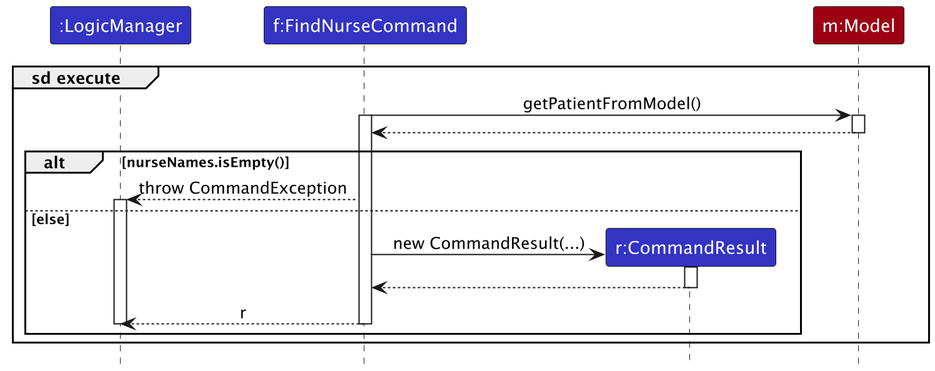
Before: docs/images/FindGenericDiagram.png, a diagram exported from PlantUML (chanjunlin/tp). Its source is kept beside it as docs/diagrams/FindGenericDiagram.puml. The source it was exported from:
```plantuml
@startuml
!include style.puml
skinparam ArrowFontStyle plain

participant ":LogicManager" as LogicManager LOGIC_COLOR
participant "f:FindNurseCommand" as FindNurseCommand LOGIC_COLOR
participant "r:CommandResult" as CommandResult LOGIC_COLOR

participant "m:Model" as Model MODEL_COLOR

group sd execute
    FindNurseCommand -> Model : getPatientFromModel()

    activate FindNurseCommand
    activate Model

    Model --> FindNurseCommand
    deactivate Model
    alt nurseNames.isEmpty()
        FindNurseCommand --> LogicManager : throw CommandException
        activate LogicManager

    else else
        create CommandResult
        FindNurseCommand -> CommandResult : new CommandResult(...)
        activate CommandResult
        CommandResult --> FindNurseCommand
        deactivate CommandResult
    FindNurseCommand --> LogicManager : r
    deactivate FindNurseCommand
    deactivate LogicManager
    end
end

@enduml
```
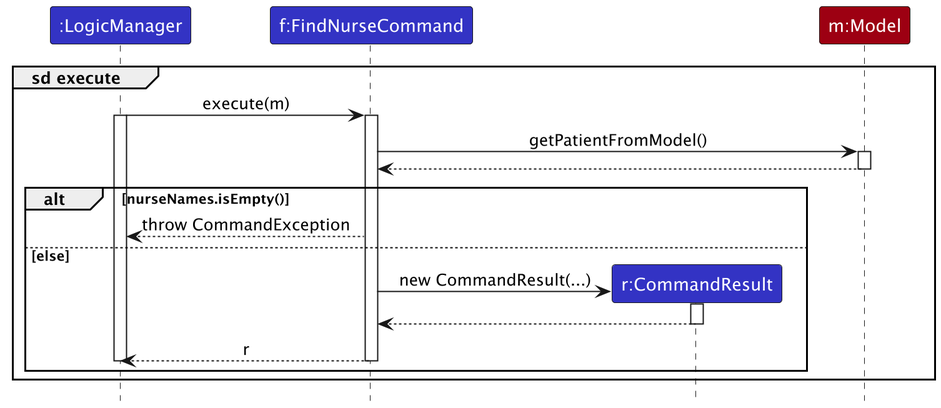
The same file after the commit.

The edit, as a diff of the source:
```diff
@@ -9,16 +9,19 @@
 participant "m:Model" as Model MODEL_COLOR
 
 group sd execute
+
+    LogicManager -> FindNurseCommand : execute(m)
+    activate FindNurseCommand
+    activate LogicManager
+
     FindNurseCommand -> Model : getPatientFromModel()
 
-    activate FindNurseCommand
     activate Model
 
     Model --> FindNurseCommand
     deactivate Model
     alt nurseNames.isEmpty()
         FindNurseCommand --> LogicManager : throw CommandException
-        activate LogicManager
 
     else else
         create CommandResult
@@ -26,9 +29,9 @@
         activate CommandResult
         CommandResult --> FindNurseCommand
         deactivate CommandResult
-    FindNurseCommand --> LogicManager : r
-    deactivate FindNurseCommand
-    deactivate LogicManager
+        FindNurseCommand --> LogicManager : r
+        deactivate FindNurseCommand
+        deactivate LogicManager
     end
 end
 
```
